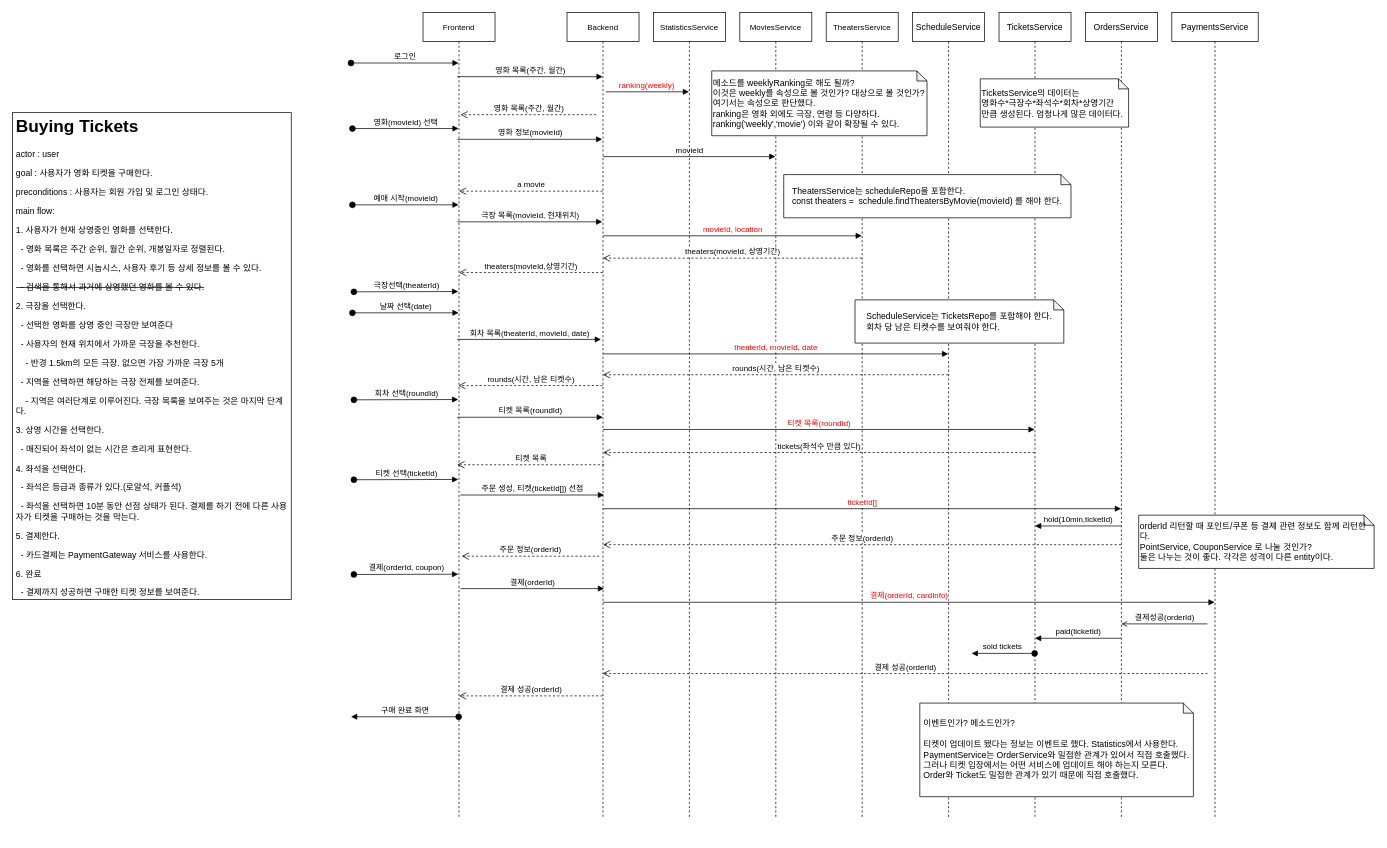
Earlier version of the draw.io diagram page "buying tickets" (2 of 4) of docs/requirements.drawio (hunjuly/nestjs). Source tidied: cells renumbered, new cells numbered last; positions are measured from the earlier drawing's top-left corner, leaving out a move shared by most shapes. Both pictures are drawn from the tidied source at 72%, with x=0, y=0 at pixel (12, 12).
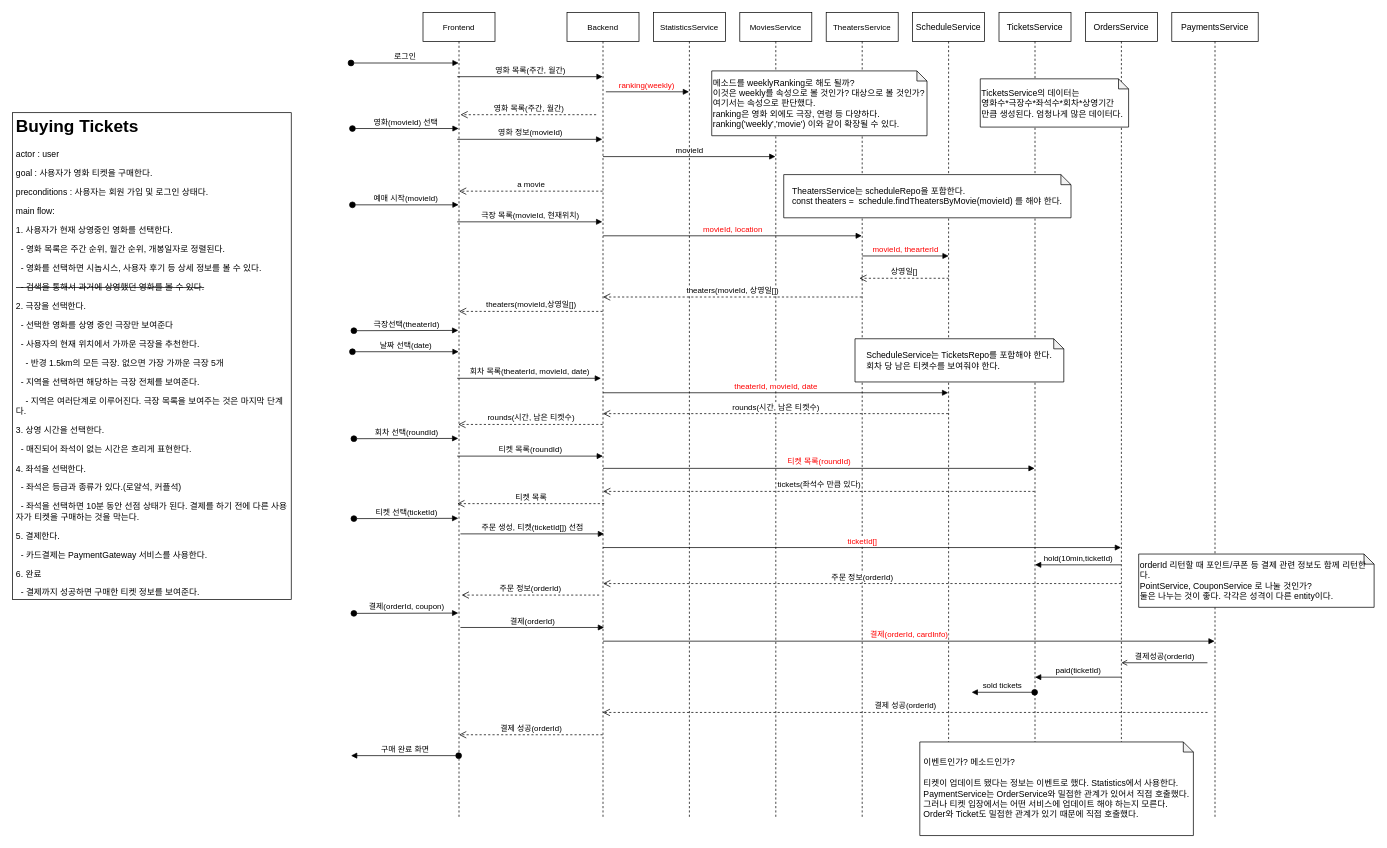
After the change.

Unchanged cells that the change refers to:
```xml
<mxCell id="2" value="Frontend" style="shape=umlLifeline;perimeter=lifelinePerimeter;whiteSpace=wrap;html=1;outlineConnect=0;rounded=0;strokeColor=default;fontSize=11;fontColor=#000000;" parent="1" vertex="1">
  <mxGeometry x="570" width="100" height="1120" as="geometry" />
</mxCell>
<mxCell id="9" value="Backend" style="shape=umlLifeline;perimeter=lifelinePerimeter;whiteSpace=wrap;html=1;outlineConnect=0;rounded=0;strokeColor=default;fontSize=11;fontColor=#000000;" parent="1" vertex="1">
  <mxGeometry x="770" width="100" height="1120" as="geometry" />
</mxCell>
<mxCell id="21" value="TheatersService" style="shape=umlLifeline;perimeter=lifelinePerimeter;whiteSpace=wrap;html=1;outlineConnect=0;rounded=0;strokeColor=default;fontSize=11;fontColor=#000000;" parent="1" vertex="1">
  <mxGeometry x="1130" width="100" height="1120" as="geometry" />
</mxCell>
<mxCell id="24" value="ScheduleService" style="shape=umlLifeline;perimeter=lifelinePerimeter;whiteSpace=wrap;html=1;" parent="1" vertex="1">
  <mxGeometry x="1250" width="100" height="1120" as="geometry" />
</mxCell>
<mxCell id="31" value="StatisticsService" style="shape=umlLifeline;perimeter=lifelinePerimeter;whiteSpace=wrap;html=1;outlineConnect=0;rounded=0;strokeColor=default;fontSize=11;fontColor=#000000;" parent="1" vertex="1">
  <mxGeometry x="890" width="100" height="1120" as="geometry" />
</mxCell>
<mxCell id="39" value="TicketsService" style="shape=umlLifeline;perimeter=lifelinePerimeter;whiteSpace=wrap;html=1;outlineConnect=0;" parent="1" vertex="1">
  <mxGeometry x="1370" width="100" height="1120" as="geometry" />
</mxCell>
<mxCell id="43" value="OrdersService" style="shape=umlLifeline;perimeter=lifelinePerimeter;whiteSpace=wrap;html=1;outlineConnect=0;" parent="1" vertex="1">
  <mxGeometry x="1490" width="100" height="1120" as="geometry" />
</mxCell>
<mxCell id="47" value="PaymentsService" style="shape=umlLifeline;perimeter=lifelinePerimeter;whiteSpace=wrap;html=1;outlineConnect=0;" parent="1" vertex="1">
  <mxGeometry x="1610" width="120" height="1120" as="geometry" />
</mxCell>
```

What changed in the source:
```diff
@@
     <mxCell id="3" value="극장선택(theaterId)" style="html=1;verticalAlign=bottom;startArrow=oval;startFill=1;endArrow=block;startSize=8;rounded=0;fontSize=11;fontColor=#000000;entryX=0.47;entryY=0.338;entryDx=0;entryDy=0;entryPerimeter=0;" parent="2" edge="1">
       <mxGeometry relative="1" as="geometry">
-        <mxPoint x="-96" y="387.8" as="sourcePoint" />
-        <mxPoint x="49" y="387.4" as="targetPoint" />
+        <mxPoint x="-96" y="441.8" as="sourcePoint" />
+        <mxPoint x="49" y="441.4" as="targetPoint" />
       </mxGeometry>
     </mxCell>
     <mxCell id="4" value="회차 선택(roundId)" style="html=1;verticalAlign=bottom;startArrow=oval;startFill=1;endArrow=block;startSize=8;rounded=0;fontSize=11;fontColor=#000000;entryX=0.47;entryY=0.338;entryDx=0;entryDy=0;entryPerimeter=0;" parent="2" edge="1">
       <mxGeometry relative="1" as="geometry">
-        <mxPoint x="-96" y="537.8" as="sourcePoint" />
-        <mxPoint x="49" y="537.4" as="targetPoint" />
+        <mxPoint x="-96" y="591.8" as="sourcePoint" />
+        <mxPoint x="49" y="591.4" as="targetPoint" />
       </mxGeometry>
     </mxCell>
     <mxCell id="5" value="주문 생성, 티켓(ticketId[]) 선점" style="html=1;verticalAlign=bottom;endArrow=block;rounded=0;fontSize=11;fontColor=#000000;" parent="2" edge="1">
       <mxGeometry relative="1" as="geometry">
-        <mxPoint x="52" y="670" as="sourcePoint" />
-        <mxPoint x="251.5" y="670" as="targetPoint" />
+        <mxPoint x="52" y="724" as="sourcePoint" />
+        <mxPoint x="251.5" y="724" as="targetPoint" />
       </mxGeometry>
     </mxCell>
     <mxCell id="6" value="주문 정보(orderId)" style="html=1;verticalAlign=bottom;endArrow=open;dashed=1;endSize=8;rounded=0;fontSize=11;fontColor=#000000;entryX=0.51;entryY=0.605;entryDx=0;entryDy=0;entryPerimeter=0;" parent="2" edge="1">
       <mxGeometry relative="1" as="geometry">
-        <mxPoint x="244.7" y="755" as="sourcePoint" />
-        <mxPoint x="53.7" y="755" as="targetPoint" />
+        <mxPoint x="244.7" y="809" as="sourcePoint" />
+        <mxPoint x="53.7" y="809" as="targetPoint" />
       </mxGeometry>
     </mxCell>
     <mxCell id="7" value="결제(orderId, coupon)" style="html=1;verticalAlign=bottom;startArrow=oval;startFill=1;endArrow=block;startSize=8;rounded=0;fontSize=11;fontColor=#000000;entryX=0.47;entryY=0.338;entryDx=0;entryDy=0;entryPerimeter=0;" parent="2" edge="1">
       <mxGeometry relative="1" as="geometry">
-        <mxPoint x="-96" y="780.4" as="sourcePoint" />
-        <mxPoint x="49" y="780" as="targetPoint" />
+        <mxPoint x="-96" y="834.4" as="sourcePoint" />
+        <mxPoint x="49" y="834" as="targetPoint" />
       </mxGeometry>
     </mxCell>
     <mxCell id="8" value="결제(orderId)" style="html=1;verticalAlign=bottom;endArrow=block;rounded=0;fontSize=11;fontColor=#000000;" parent="2" edge="1">
       <mxGeometry relative="1" as="geometry">
-        <mxPoint x="52" y="800" as="sourcePoint" />
-        <mxPoint x="251.5" y="800" as="targetPoint" />
+        <mxPoint x="52" y="854" as="sourcePoint" />
+        <mxPoint x="251.5" y="854" as="targetPoint" />
       </mxGeometry>
     </mxCell>
@@
     <mxCell id="10" value="티켓 목록(roundId)" style="html=1;verticalAlign=bottom;endArrow=block;rounded=0;fontSize=11;fontColor=#000000;entryX=0.472;entryY=0.541;entryDx=0;entryDy=0;entryPerimeter=0;" parent="9" edge="1">
       <mxGeometry relative="1" as="geometry">
-        <mxPoint x="-152.5" y="562" as="sourcePoint" />
-        <mxPoint x="49.9" y="562" as="targetPoint" />
+        <mxPoint x="-152.5" y="616" as="sourcePoint" />
+        <mxPoint x="49.9" y="616" as="targetPoint" />
       </mxGeometry>
     </mxCell>
     <mxCell id="11" value="티켓 목록" style="html=1;verticalAlign=bottom;endArrow=open;dashed=1;endSize=8;rounded=0;fontSize=11;fontColor=#000000;" parent="9" edge="1">
       <mxGeometry relative="1" as="geometry">
-        <mxPoint x="51.7" y="628" as="sourcePoint" />
-        <mxPoint x="-152.5" y="628" as="targetPoint" />
+        <mxPoint x="51.7" y="682" as="sourcePoint" />
+        <mxPoint x="-152.5" y="682" as="targetPoint" />
       </mxGeometry>
     </mxCell>
     <mxCell id="12" value="결제 성공(orderId)" style="html=1;verticalAlign=bottom;endArrow=open;dashed=1;endSize=8;rounded=0;fontSize=11;fontColor=#000000;entryX=0.51;entryY=0.605;entryDx=0;entryDy=0;entryPerimeter=0;" parent="9" edge="1">
       <mxGeometry relative="1" as="geometry">
-        <mxPoint x="49.5" y="949" as="sourcePoint" />
-        <mxPoint x="-150" y="949" as="targetPoint" />
+        <mxPoint x="49.5" y="1003" as="sourcePoint" />
+        <mxPoint x="-150" y="1003" as="targetPoint" />
       </mxGeometry>
     </mxCell>
@@
+    <mxCell id="57" value="movieId, thearterId" style="html=1;verticalAlign=bottom;endArrow=block;rounded=0;fontColor=#FF0000;" parent="21" edge="1">
+      <mxGeometry relative="1" as="geometry">
+        <mxPoint x="50" y="338" as="sourcePoint" />
+        <mxPoint x="170.1" y="338" as="targetPoint" />
+      </mxGeometry>
+    </mxCell>
@@
+    <mxCell id="58" value="상영일[]" style="html=1;verticalAlign=bottom;endArrow=open;dashed=1;endSize=8;rounded=0;fontSize=11;fontColor=#000000;" parent="24" edge="1">
+      <mxGeometry relative="1" as="geometry">
+        <mxPoint x="50.2" y="369" as="sourcePoint" />
+        <mxPoint x="-74" y="369" as="targetPoint" />
+      </mxGeometry>
+    </mxCell>
     <mxCell id="25" value="회차 목록(theaterId, movieId, date)" style="html=1;verticalAlign=bottom;endArrow=block;rounded=0;fontSize=11;fontColor=#000000;entryX=0.472;entryY=0.541;entryDx=0;entryDy=0;entryPerimeter=0;" parent="1" edge="1">
       <mxGeometry relative="1" as="geometry">
-        <mxPoint x="617.5" y="453.9" as="sourcePoint" />
-        <mxPoint x="817.2" y="453.9" as="targetPoint" />
+        <mxPoint x="617.5" y="507.9" as="sourcePoint" />
+        <mxPoint x="817.2" y="507.9" as="targetPoint" />
       </mxGeometry>
     </mxCell>
     <mxCell id="26" value="rounds(시간, 남은 티켓수)" style="html=1;verticalAlign=bottom;endArrow=open;dashed=1;endSize=8;rounded=0;fontSize=11;fontColor=#000000;entryX=0.51;entryY=0.605;entryDx=0;entryDy=0;entryPerimeter=0;" parent="1" edge="1">
       <mxGeometry relative="1" as="geometry">
-        <mxPoint x="819.5" y="518" as="sourcePoint" />
-        <mxPoint x="619" y="518" as="targetPoint" />
+        <mxPoint x="819.5" y="572" as="sourcePoint" />
+        <mxPoint x="619" y="572" as="targetPoint" />
       </mxGeometry>
     </mxCell>
     <mxCell id="27" value="날짜 선택(date)" style="html=1;verticalAlign=bottom;startArrow=oval;startFill=1;endArrow=block;startSize=8;rounded=0;fontSize=11;fontColor=#000000;" parent="1" edge="1">
       <mxGeometry relative="1" as="geometry">
-        <mxPoint x="472" y="417" as="sourcePoint" />
-        <mxPoint x="619.5" y="417" as="targetPoint" />
+        <mxPoint x="472" y="471" as="sourcePoint" />
+        <mxPoint x="619.5" y="471" as="targetPoint" />
       </mxGeometry>
     </mxCell>
-    <mxCell id="28" value="theaters(movieId,상영기간)" style="html=1;verticalAlign=bottom;endArrow=open;dashed=1;endSize=8;rounded=0;fontSize=11;fontColor=#000000;entryX=0.52;entryY=0.308;entryDx=0;entryDy=0;entryPerimeter=0;" parent="1" edge="1">
+    <mxCell id="28" value="theaters(movieId,상영일[])" style="html=1;verticalAlign=bottom;endArrow=open;dashed=1;endSize=8;rounded=0;fontSize=11;fontColor=#000000;entryX=0.52;entryY=0.308;entryDx=0;entryDy=0;entryPerimeter=0;" parent="1" edge="1">
       <mxGeometry relative="1" as="geometry">
-        <mxPoint x="819.5" y="361" as="sourcePoint" />
-        <mxPoint x="620" y="361" as="targetPoint" />
+        <mxPoint x="819.5" y="415" as="sourcePoint" />
+        <mxPoint x="620" y="415" as="targetPoint" />
       </mxGeometry>
     </mxCell>
     <mxCell id="29" value="티켓 선택(ticketId)" style="html=1;verticalAlign=bottom;startArrow=oval;startFill=1;endArrow=block;startSize=8;rounded=0;fontSize=11;fontColor=#000000;entryX=0.47;entryY=0.338;entryDx=0;entryDy=0;entryPerimeter=0;" parent="1" edge="1">
       <mxGeometry relative="1" as="geometry">
-        <mxPoint x="474" y="648.8" as="sourcePoint" />
-        <mxPoint x="619" y="648.4" as="targetPoint" />
+        <mxPoint x="474" y="702.8" as="sourcePoint" />
+        <mxPoint x="619" y="702.4" as="targetPoint" />
       </mxGeometry>
     </mxCell>
@@
-    <mxCell id="32" value="theaters(movieId, 상영기간)" style="html=1;verticalAlign=bottom;endArrow=open;dashed=1;endSize=8;rounded=0;fontSize=11;fontColor=#000000;entryX=0.52;entryY=0.308;entryDx=0;entryDy=0;entryPerimeter=0;" parent="31" edge="1">
+    <mxCell id="32" value="theaters(movieId,&amp;nbsp;상영일[])" style="html=1;verticalAlign=bottom;endArrow=open;dashed=1;endSize=8;rounded=0;fontSize=11;fontColor=#000000;entryX=0.52;entryY=0.308;entryDx=0;entryDy=0;entryPerimeter=0;" parent="31" edge="1">
       <mxGeometry relative="1" as="geometry">
-        <mxPoint x="289.5" y="341" as="sourcePoint" />
-        <mxPoint x="-70" y="341" as="targetPoint" />
+        <mxPoint x="289.5" y="395" as="sourcePoint" />
+        <mxPoint x="-70" y="395" as="targetPoint" />
       </mxGeometry>
     </mxCell>
     <mxCell id="33" value="theaterId, movieId, date" style="html=1;verticalAlign=bottom;endArrow=block;rounded=0;fontColor=#FF0000;" parent="31" edge="1">
       <mxGeometry relative="1" as="geometry">
-        <mxPoint x="-70" y="474" as="sourcePoint" />
-        <mxPoint x="409.5" y="474" as="targetPoint" />
+        <mxPoint x="-70" y="528" as="sourcePoint" />
+        <mxPoint x="409.5" y="528" as="targetPoint" />
       </mxGeometry>
     </mxCell>
-    <mxCell id="34" value="ticketId[]" style="html=1;verticalAlign=bottom;endArrow=block;rounded=0;fontSize=11;fontColor=#FF0000;" parent="31" edge="1" target="43">
+    <mxCell id="34" value="ticketId[]" style="html=1;verticalAlign=bottom;endArrow=block;rounded=0;fontSize=11;fontColor=#FF0000;" parent="31" edge="1">
       <mxGeometry relative="1" as="geometry">
-        <mxPoint x="-70" y="689" as="sourcePoint" />
+        <mxPoint x="-70" y="743" as="sourcePoint" />
+        <mxPoint x="649.5" y="743" as="targetPoint" />
       </mxGeometry>
     </mxCell>
     <mxCell id="35" value="주문 정보(orderId)" style="html=1;verticalAlign=bottom;endArrow=open;dashed=1;endSize=8;rounded=0;fontSize=11;fontColor=#000000;entryX=0.51;entryY=0.605;entryDx=0;entryDy=0;entryPerimeter=0;" parent="31" edge="1">
       <mxGeometry relative="1" as="geometry">
-        <mxPoint x="649.5" y="739" as="sourcePoint" />
-        <mxPoint x="-69.8" y="739" as="targetPoint" />
+        <mxPoint x="649.5" y="793" as="sourcePoint" />
+        <mxPoint x="-69.8" y="793" as="targetPoint" />
       </mxGeometry>
     </mxCell>
-    <mxCell id="36" value="결제(orderId, cardInfo)" style="html=1;verticalAlign=bottom;endArrow=block;rounded=0;fontSize=11;fontColor=#FF0000;" parent="31" edge="1" target="47">
+    <mxCell id="36" value="결제(orderId, cardInfo)" style="html=1;verticalAlign=bottom;endArrow=block;rounded=0;fontSize=11;fontColor=#FF0000;" parent="31" edge="1">
       <mxGeometry relative="1" as="geometry">
-        <mxPoint x="-70" y="819" as="sourcePoint" />
+        <mxPoint x="-70" y="873" as="sourcePoint" />
+        <mxPoint x="779.5" y="873" as="targetPoint" />
       </mxGeometry>
     </mxCell>
@@
     <mxCell id="38" value="rounds(시간, 남은 티켓수)" style="html=1;verticalAlign=bottom;endArrow=open;dashed=1;endSize=8;rounded=0;fontSize=11;fontColor=#000000;entryX=0.51;entryY=0.605;entryDx=0;entryDy=0;entryPerimeter=0;" parent="1" edge="1">
       <mxGeometry relative="1" as="geometry">
-        <mxPoint x="1299.5" y="503" as="sourcePoint" />
-        <mxPoint x="820" y="503" as="targetPoint" />
+        <mxPoint x="1299.5" y="557" as="sourcePoint" />
+        <mxPoint x="820" y="557" as="targetPoint" />
       </mxGeometry>
     </mxCell>
@@
     <mxCell id="40" value="sold tickets&amp;nbsp;" style="html=1;verticalAlign=bottom;startArrow=oval;startFill=1;endArrow=block;startSize=8;rounded=0;" parent="39" edge="1">
       <mxGeometry relative="1" as="geometry">
-        <mxPoint x="49.5" y="890" as="sourcePoint" />
-        <mxPoint x="-38" y="890" as="targetPoint" />
+        <mxPoint x="49.5" y="944" as="sourcePoint" />
+        <mxPoint x="-38" y="944" as="targetPoint" />
       </mxGeometry>
     </mxCell>
-    <mxCell id="41" value="티켓 목록(roundId)" style="html=1;verticalAlign=bottom;endArrow=block;rounded=0;fontSize=11;fontColor=#FF0000;" parent="1" edge="1" target="39">
+    <mxCell id="41" value="티켓 목록(roundId)" style="html=1;verticalAlign=bottom;endArrow=block;rounded=0;fontSize=11;fontColor=#FF0000;" parent="1" edge="1">
       <mxGeometry relative="1" as="geometry">
-        <mxPoint x="820" y="579" as="sourcePoint" />
+        <mxPoint x="820" y="633" as="sourcePoint" />
+        <mxPoint x="1419.5" y="633" as="targetPoint" />
       </mxGeometry>
     </mxCell>
     <mxCell id="42" value="tickets(좌석수 만큼 있다)" style="html=1;verticalAlign=bottom;endArrow=open;dashed=1;endSize=8;rounded=0;fontSize=11;fontColor=#000000;entryX=0.51;entryY=0.605;entryDx=0;entryDy=0;entryPerimeter=0;" parent="1" edge="1">
       <mxGeometry relative="1" as="geometry">
-        <mxPoint x="1419.5" y="611" as="sourcePoint" />
-        <mxPoint x="820.2" y="611" as="targetPoint" />
+        <mxPoint x="1419.5" y="665" as="sourcePoint" />
+        <mxPoint x="820.2" y="665" as="targetPoint" />
       </mxGeometry>
     </mxCell>
@@
     <mxCell id="44" value="paid(ticketId)" style="html=1;verticalAlign=bottom;endArrow=block;rounded=0;fontSize=11;fontColor=#000000;" parent="43" edge="1">
       <mxGeometry relative="1" as="geometry">
-        <mxPoint x="49.5" y="869" as="sourcePoint" />
-        <mxPoint x="-70" y="869" as="targetPoint" />
+        <mxPoint x="49.5" y="923" as="sourcePoint" />
+        <mxPoint x="-70" y="923" as="targetPoint" />
       </mxGeometry>
     </mxCell>
     <mxCell id="45" value="결제 성공(orderId)" style="html=1;verticalAlign=bottom;endArrow=open;dashed=1;endSize=8;rounded=0;fontSize=11;fontColor=#000000;" parent="43" edge="1">
       <mxGeometry relative="1" as="geometry">
-        <mxPoint x="169.6" y="918" as="sourcePoint" />
-        <mxPoint x="-670.5" y="918" as="targetPoint" />
+        <mxPoint x="169.6" y="972" as="sourcePoint" />
+        <mxPoint x="-670.5" y="972" as="targetPoint" />
       </mxGeometry>
     </mxCell>
-    <mxCell id="46" value="hold(10min,ticketId)" style="html=1;verticalAlign=bottom;endArrow=block;rounded=0;fontSize=11;fontColor=#000000;" parent="1" edge="1" source="43">
+    <mxCell id="46" value="hold(10min,ticketId)" style="html=1;verticalAlign=bottom;endArrow=block;rounded=0;fontSize=11;fontColor=#000000;" parent="1" edge="1">
       <mxGeometry relative="1" as="geometry">
-        <mxPoint x="1420" y="713" as="targetPoint" />
+        <mxPoint x="1539.5" y="767" as="sourcePoint" />
+        <mxPoint x="1420" y="767" as="targetPoint" />
       </mxGeometry>
     </mxCell>
@@
     <mxCell id="48" value="결제성공(orderId)" style="html=1;verticalAlign=bottom;endArrow=open;rounded=0;fontSize=11;fontColor=#000000;endFill=0;" parent="47" edge="1">
       <mxGeometry relative="1" as="geometry">
-        <mxPoint x="49.5" y="849" as="sourcePoint" />
-        <mxPoint x="-70" y="849" as="targetPoint" />
+        <mxPoint x="49.5" y="903" as="sourcePoint" />
+        <mxPoint x="-70" y="903" as="targetPoint" />
       </mxGeometry>
     </mxCell>
@@
     <mxCell id="50" value="&lt;div style=&quot;text-align: left;&quot;&gt;이벤트인가? 메소드인가?&amp;nbsp;&lt;/div&gt;&lt;div style=&quot;text-align: left;&quot;&gt;&lt;br&gt;&lt;/div&gt;&lt;div style=&quot;text-align: left;&quot;&gt;티켓이 업데이트 됐다는 정보는 이벤트로 했다. Statistics에서 사용한다.&lt;/div&gt;&lt;div style=&quot;text-align: left;&quot;&gt;PaymentService는 OrderService와 밀접한 관계가 있어서 직접 호출했다.&lt;br&gt;&lt;/div&gt;&lt;div style=&quot;text-align: left;&quot;&gt;그러나 티켓 입장에서는 어떤 서비스에 업데이트 해야 하는지 모른다.&lt;/div&gt;&lt;div style=&quot;text-align: left;&quot;&gt;Order와 Ticket도 밀접한 관계가 있기 때문에 직접 호출했다.&lt;/div&gt;" style="shape=note;whiteSpace=wrap;html=1;backgroundOutline=1;darkOpacity=0.05;size=14;" parent="1" vertex="1">
-      <mxGeometry x="1260" y="959" width="380" height="130" as="geometry" />
+      <mxGeometry x="1260" y="1013" width="380" height="130" as="geometry" />
     </mxCell>
     <mxCell id="51" value="구매 완료 화면" style="html=1;verticalAlign=bottom;startArrow=oval;startFill=1;endArrow=block;startSize=8;rounded=0;" parent="1" edge="1">
       <mxGeometry relative="1" as="geometry">
-        <mxPoint x="619.5" y="978" as="sourcePoint" />
-        <mxPoint x="470" y="978" as="targetPoint" />
+        <mxPoint x="619.5" y="1032" as="sourcePoint" />
+        <mxPoint x="470" y="1032" as="targetPoint" />
       </mxGeometry>
     </mxCell>
@@
     <mxCell id="54" value="&lt;div style=&quot;text-align: left;&quot;&gt;ScheduleService는 TicketsRepo를 포함해야 한다.&lt;/div&gt;&lt;div style=&quot;text-align: left;&quot;&gt;회차 당 남은 티켓수를 보여줘야 한다.&lt;/div&gt;" style="shape=note;whiteSpace=wrap;html=1;backgroundOutline=1;darkOpacity=0.05;size=14;" parent="1" vertex="1">
-      <mxGeometry x="1170" y="399" width="290" height="60" as="geometry" />
+      <mxGeometry x="1170" y="453" width="290" height="60" as="geometry" />
     </mxCell>
@@
     <mxCell id="56" value="&lt;div style=&quot;&quot;&gt;orderId 리턴할 때 포인트/쿠폰 등 결제 관련 정보도 함께 리턴한다.&lt;/div&gt;&lt;div style=&quot;&quot;&gt;PointService, CouponService 로 나눌 것인가?&lt;/div&gt;&lt;div style=&quot;&quot;&gt;둘은 나누는 것이 좋다. 각각은 성격이 다른 entity이다.&lt;/div&gt;" style="shape=note;whiteSpace=wrap;html=1;backgroundOutline=1;darkOpacity=0.05;size=14;align=left;" parent="1" vertex="1">
-      <mxGeometry x="1564" y="698" width="327" height="74" as="geometry" />
+      <mxGeometry x="1564" y="752" width="327" height="74" as="geometry" />
     </mxCell>
```
